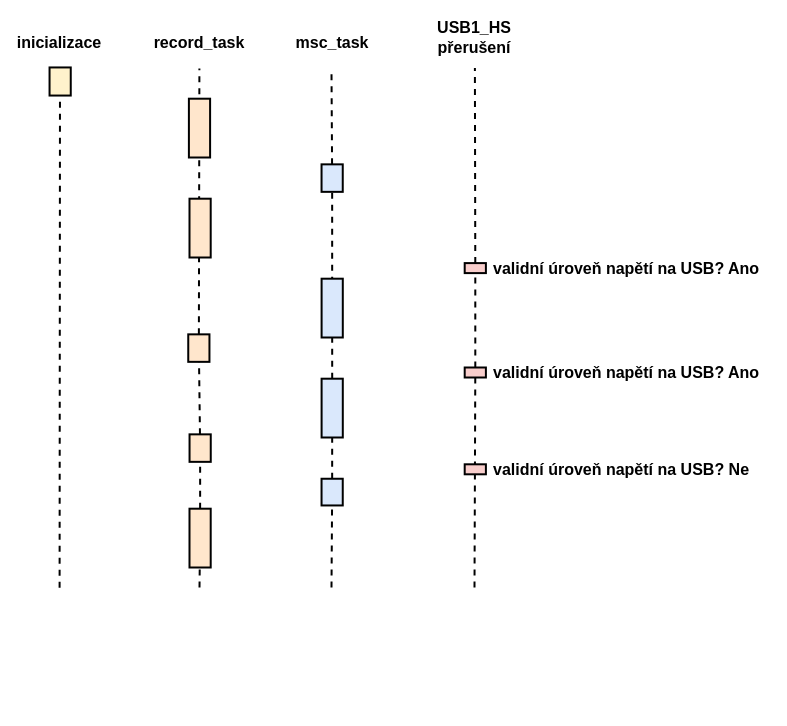
Above: diagrams/run_wout_freertos.drawio in Doly02/thesis (draw.io), before the change. Source tidied: cells renumbered, new cells numbered last; positions are measured from the earlier drawing's top-left corner, leaving out a move shared by most shapes. Both pictures are drawn from the tidied source at 100%, with x=0, y=0 at pixel (19, 17).
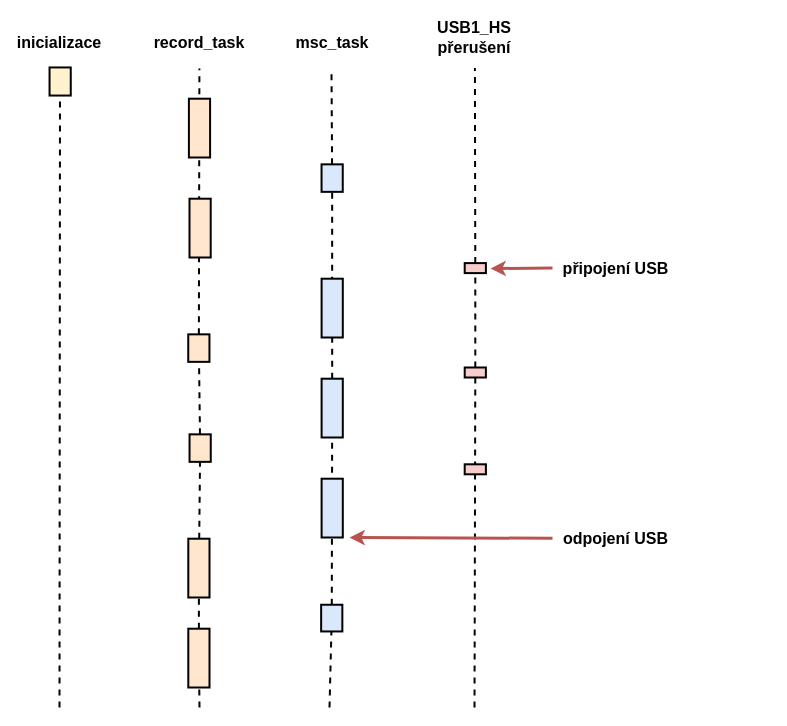
The same page after the edit.

Unchanged cells that the change refers to:
```xml
<mxCell id="18" style="rounded=0;whiteSpace=wrap;html=1;rotation=90;fillColor=#f8cecc;strokeColor=#000000;strokeWidth=2;" parent="1" vertex="1">
  <mxGeometry x="450.8" y="344.4" width="10" height="21.2" as="geometry" />
</mxCell>
<mxCell id="20" style="rounded=0;whiteSpace=wrap;html=1;rotation=90;fillColor=#dae8fc;strokeColor=#000000;strokeWidth=2;" parent="1" vertex="1">
  <mxGeometry x="283.3" y="380" width="58.8" height="21.2" as="geometry" />
</mxCell>
<mxCell id="22" style="rounded=0;whiteSpace=wrap;html=1;rotation=90;fillColor=#ffe6cc;strokeColor=#000000;strokeWidth=2;" parent="1" vertex="1">
  <mxGeometry x="166.9" y="420" width="27.5" height="21.2" as="geometry" />
</mxCell>
```

What changed in the source:
```diff
@@
     <mxCell id="3" style="endArrow=none;dashed=1;html=1;rounded=0;strokeWidth=2;" parent="1" edge="1">
       <mxGeometry relative="1" as="geometry">
-        <mxPoint x="40.1" y="570.3" as="sourcePoint" />
+        <mxPoint x="40" y="690" as="sourcePoint" />
         <mxPoint x="40.5" y="50.9" as="targetPoint" />
       </mxGeometry>
     </mxCell>
@@
-    <mxCell id="15" value="&lt;font style=&quot;font-size: 16px;&quot;&gt;&lt;b&gt;validní úroveň napětí na USB? Ano&lt;/b&gt;&lt;/font&gt;" style="text;html=1;align=left;verticalAlign=middle;whiteSpace=wrap;rounded=0;" parent="1" vertex="1">
-      <mxGeometry x="472" y="227.8" width="278" height="45.6" as="geometry" />
+    <mxCell id="15" value="&lt;font style=&quot;font-size: 16px;&quot;&gt;&lt;b&gt;připojení USB&lt;/b&gt;&lt;/font&gt;" style="text;html=1;align=center;verticalAlign=middle;whiteSpace=wrap;rounded=0;" parent="1" vertex="1">
+      <mxGeometry x="533" y="227.8" width="127" height="45.6" as="geometry" />
     </mxCell>
@@
     <mxCell id="17" style="endArrow=none;dashed=1;html=1;rounded=0;strokeWidth=2;" parent="1" edge="1" target="18">
       <mxGeometry relative="1" as="geometry">
-        <mxPoint x="455" y="570" as="sourcePoint" />
+        <mxPoint x="455" y="690" as="sourcePoint" />
       </mxGeometry>
     </mxCell>
@@
-    <mxCell id="19" style="endArrow=none;dashed=1;html=1;rounded=0;strokeWidth=2;" parent="1" edge="1" source="29" target="20">
+    <mxCell id="19" style="endArrow=none;dashed=1;html=1;rounded=0;strokeWidth=2;" parent="1" edge="1" source="38" target="20">
       <mxGeometry relative="1" as="geometry" />
     </mxCell>
@@
-    <mxCell id="21" style="endArrow=none;dashed=1;html=1;rounded=0;strokeWidth=2;" parent="1" edge="1" source="31" target="22">
+    <mxCell id="21" style="endArrow=none;dashed=1;html=1;rounded=0;strokeWidth=2;" parent="1" edge="1" source="36" target="22">
       <mxGeometry relative="1" as="geometry" />
     </mxCell>
@@
-    <mxCell id="28" style="endArrow=none;dashed=1;html=1;rounded=0;strokeWidth=2;" parent="1" edge="1" target="29">
-      <mxGeometry relative="1" as="geometry">
-        <mxPoint x="312" y="570" as="sourcePoint" />
-      </mxGeometry>
-    </mxCell>
-    <mxCell id="29" style="rounded=0;whiteSpace=wrap;html=1;rotation=90;fillColor=#dae8fc;strokeColor=#000000;strokeWidth=2;" parent="1" vertex="1">
-      <mxGeometry x="299.3" y="464" width="26.7" height="21.2" as="geometry" />
-    </mxCell>
-    <mxCell id="30" style="endArrow=none;dashed=1;html=1;rounded=0;strokeWidth=2;" parent="1" edge="1" target="31">
-      <mxGeometry relative="1" as="geometry">
-        <mxPoint x="180" y="570" as="sourcePoint" />
-      </mxGeometry>
-    </mxCell>
-    <mxCell id="31" style="rounded=0;whiteSpace=wrap;html=1;rotation=90;fillColor=#ffe6cc;strokeColor=#000000;strokeWidth=2;" parent="1" vertex="1">
-      <mxGeometry x="151.2" y="510" width="58.8" height="21.2" as="geometry" />
-    </mxCell>
-    <mxCell id="32" value="&lt;font style=&quot;font-size: 16px;&quot;&gt;&lt;b&gt;validní úroveň napětí na USB? Ano&lt;/b&gt;&lt;/font&gt;" style="text;html=1;align=left;verticalAlign=middle;whiteSpace=wrap;rounded=0;" parent="1" vertex="1">
-      <mxGeometry x="472" y="332.2" width="278" height="45.6" as="geometry" />
-    </mxCell>
-    <mxCell id="33" value="&lt;font style=&quot;font-size: 16px;&quot;&gt;&lt;b&gt;validní úroveň napětí na USB? Ne&lt;/b&gt;&lt;/font&gt;" style="text;html=1;align=left;verticalAlign=middle;whiteSpace=wrap;rounded=0;" parent="1" vertex="1">
-      <mxGeometry x="472" y="429.1" width="278" height="45.6" as="geometry" />
-    </mxCell>
+    <mxCell id="34" style="rounded=0;whiteSpace=wrap;html=1;rotation=90;fillColor=#dae8fc;strokeColor=#000000;strokeWidth=2;" parent="1" vertex="1">
+      <mxGeometry x="283.3" y="480" width="58.8" height="21.2" as="geometry" />
+    </mxCell>
+    <mxCell id="35" style="endArrow=none;dashed=1;html=1;rounded=0;strokeWidth=2;" parent="1" edge="1" source="40" target="36">
+      <mxGeometry relative="1" as="geometry" />
+    </mxCell>
+    <mxCell id="36" style="rounded=0;whiteSpace=wrap;html=1;rotation=90;fillColor=#ffe6cc;strokeColor=#000000;strokeWidth=2;" parent="1" vertex="1">
+      <mxGeometry x="150" y="540" width="58.8" height="21.2" as="geometry" />
+    </mxCell>
+    <mxCell id="37" style="endArrow=none;dashed=1;html=1;rounded=0;strokeWidth=2;" parent="1" edge="1" target="38">
+      <mxGeometry relative="1" as="geometry">
+        <mxPoint x="310" y="690" as="sourcePoint" />
+      </mxGeometry>
+    </mxCell>
+    <mxCell id="38" style="rounded=0;whiteSpace=wrap;html=1;rotation=90;fillColor=#dae8fc;strokeColor=#000000;strokeWidth=2;" parent="1" vertex="1">
+      <mxGeometry x="298.9" y="590" width="26.7" height="21.2" as="geometry" />
+    </mxCell>
+    <mxCell id="39" style="endArrow=none;dashed=1;html=1;rounded=0;strokeWidth=2;" parent="1" edge="1" target="40">
+      <mxGeometry relative="1" as="geometry">
+        <mxPoint x="180" y="690" as="sourcePoint" />
+      </mxGeometry>
+    </mxCell>
+    <mxCell id="40" style="rounded=0;whiteSpace=wrap;html=1;rotation=90;fillColor=#ffe6cc;strokeColor=#000000;strokeWidth=2;" parent="1" vertex="1">
+      <mxGeometry x="150" y="630" width="58.8" height="21.2" as="geometry" />
+    </mxCell>
+    <mxCell id="41" value="&lt;font style=&quot;font-size: 16px;&quot;&gt;&lt;b&gt;odpojení USB&lt;/b&gt;&lt;/font&gt;" style="text;html=1;align=center;verticalAlign=middle;whiteSpace=wrap;rounded=0;" parent="1" vertex="1">
+      <mxGeometry x="533" y="498" width="127" height="45.6" as="geometry" />
+    </mxCell>
+    <mxCell id="42" style="endArrow=classic;html=1;rounded=0;exitX=0;exitY=0.5;exitDx=0;exitDy=0;fillColor=#f8cecc;strokeColor=#b85450;strokeWidth=3;" parent="1" edge="1" source="41">
+      <mxGeometry relative="1" as="geometry">
+        <mxPoint x="330" y="520" as="targetPoint" />
+      </mxGeometry>
+    </mxCell>
+    <mxCell id="43" style="endArrow=classic;html=1;rounded=0;exitX=0;exitY=0.5;exitDx=0;exitDy=0;fillColor=#f8cecc;strokeColor=#b85450;strokeWidth=3;" parent="1" edge="1" source="15">
+      <mxGeometry relative="1" as="geometry">
+        <mxPoint x="471" y="251" as="targetPoint" />
+      </mxGeometry>
+    </mxCell>
```
